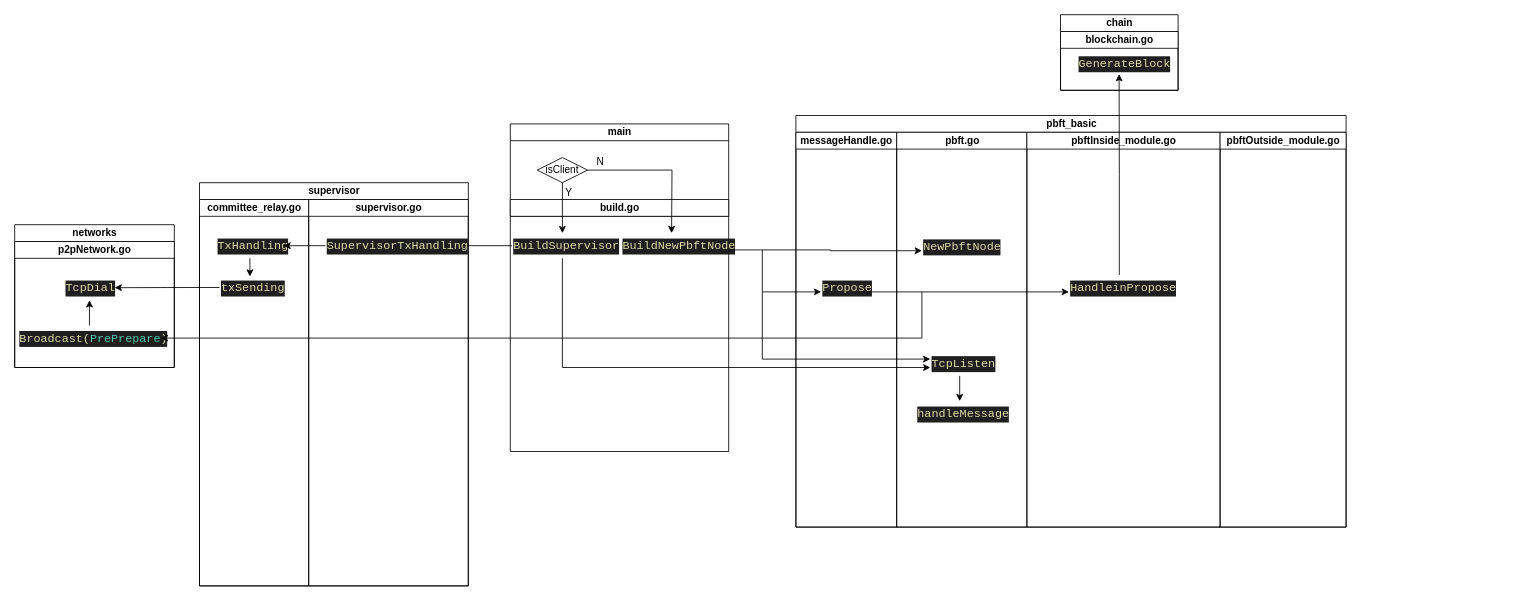
The draw.io diagram page "第 2 页" (2 of 2) of consensus_shard/pbft_basic/未命名绘图.drawio in liaoliao365/block-emulator, before the edit. Source tidied: cells renumbered, new cells numbered last; positions are measured from the earlier drawing's top-left corner, leaving out a move shared by most shapes. Both pictures are drawn from the tidied source at 84%, with x=0, y=0 at pixel (14, 14).
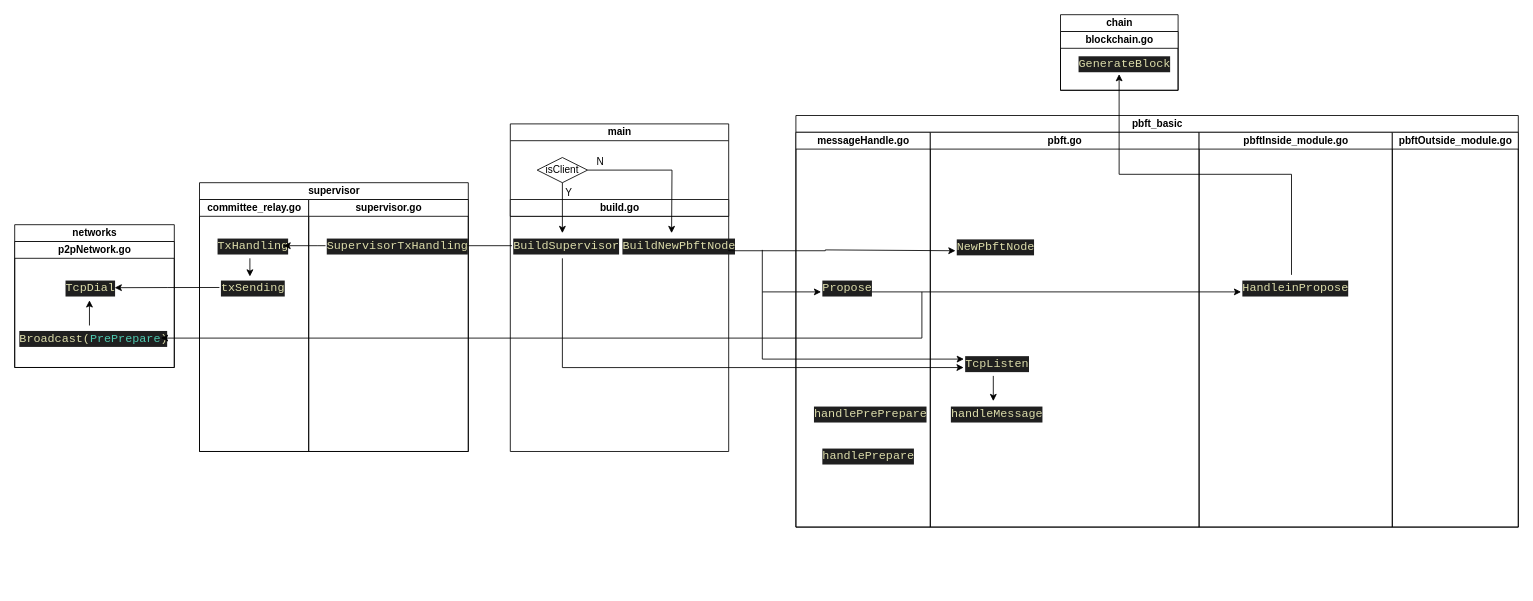
Above is the later version.

Commit message:
更新未命名绘图.drawio

Unchanged cells that the change refers to:
```xml
<mxCell id="7" value="&lt;div style=&quot;color: #cccccc;background-color: #1f1f1f;font-family: Consolas, 'Courier New', monospace;font-weight: normal;font-size: 14px;line-height: 19px;white-space: pre;&quot;&gt;&lt;div&gt;&lt;span style=&quot;color: #dcdcaa;&quot;&gt;BuildSupervisor&lt;/span&gt;&lt;/div&gt;&lt;/div&gt;" style="text;whiteSpace=wrap;html=1;" parent="6" vertex="1">
  <mxGeometry x="2" y="40" width="120" height="30" as="geometry" />
</mxCell>
<mxCell id="16" value="&lt;div style=&quot;color: #cccccc;background-color: #1f1f1f;font-family: Consolas, 'Courier New', monospace;font-weight: normal;font-size: 14px;line-height: 19px;white-space: pre;&quot;&gt;&lt;div&gt;&lt;span style=&quot;color: #dcdcaa;&quot;&gt;NewPbftNode&lt;/span&gt;&lt;/div&gt;&lt;/div&gt;" style="text;whiteSpace=wrap;html=1;" parent="15" vertex="1">
  <mxGeometry x="30" y="121" width="120" height="40" as="geometry" />
</mxCell>
<mxCell id="18" value="&lt;div style=&quot;color: #cccccc;background-color: #1f1f1f;font-family: Consolas, 'Courier New', monospace;font-weight: normal;font-size: 14px;line-height: 19px;white-space: pre;&quot;&gt;&lt;div&gt;&lt;span style=&quot;color: #dcdcaa;&quot;&gt;TcpListen&lt;/span&gt;&lt;/div&gt;&lt;/div&gt;" style="text;whiteSpace=wrap;html=1;" parent="15" vertex="1">
  <mxGeometry x="40" y="260" width="70" height="30" as="geometry" />
</mxCell>
```

Change to the diagram source:
```diff
@@
     <mxCell id="11" style="edgeStyle=orthogonalEdgeStyle;rounded=0;jettySize=auto;html=1;exitX=1;exitY=0.5;exitDx=0;exitDy=0;entryX=0;entryY=0.5;entryDx=0;entryDy=0;" parent="1" edge="1" target="16">
       <mxGeometry relative="1" as="geometry">
         <mxPoint x="850" y="280" as="sourcePoint" />
         <Array as="points">
-          <mxPoint x="971" y="281" />
+          <mxPoint x="850" y="281" />
+          <mxPoint x="965" y="281" />
+          <mxPoint x="1080" y="280" />
         </Array>
       </mxGeometry>
     </mxCell>
     <mxCell id="12" value="pbft_basic" style="swimlane;startSize=20;html=1;" parent="1" vertex="1">
-      <mxGeometry x="930" y="120" width="655" height="490" as="geometry" />
+      <mxGeometry x="930" y="120" width="860" height="490" as="geometry" />
     </mxCell>
     <mxCell id="13" value="messageHandle.go" style="swimlane;startSize=20;html=1;" parent="12" vertex="1">
-      <mxGeometry y="20" width="120" height="470" as="geometry" />
+      <mxGeometry y="20" width="160" height="470" as="geometry" />
     </mxCell>
@@
+    <mxCell id="48" value="&lt;div style=&quot;color: #cccccc;background-color: #1f1f1f;font-family: Consolas, 'Courier New', monospace;font-weight: normal;font-size: 14px;line-height: 19px;white-space: pre;&quot;&gt;&lt;div&gt;&lt;span style=&quot;color: #dcdcaa;&quot;&gt;handlePrePrepare&lt;/span&gt;&lt;/div&gt;&lt;/div&gt;" style="text;whiteSpace=wrap;html=1;" parent="13" vertex="1">
+      <mxGeometry x="20" y="320" width="160" height="40" as="geometry" />
+    </mxCell>
+    <mxCell id="49" value="&lt;div style=&quot;color: #cccccc;background-color: #1f1f1f;font-family: Consolas, 'Courier New', monospace;font-weight: normal;font-size: 14px;line-height: 19px;white-space: pre;&quot;&gt;&lt;div&gt;&lt;span style=&quot;color: #dcdcaa;&quot;&gt;handlePrepare&lt;/span&gt;&lt;/div&gt;&lt;/div&gt;" style="text;whiteSpace=wrap;html=1;" parent="13" vertex="1">
+      <mxGeometry x="30" y="370" width="130" height="40" as="geometry" />
+    </mxCell>
     <mxCell id="15" value="pbft.go" style="swimlane;startSize=20;html=1;" parent="12" vertex="1">
-      <mxGeometry x="120" y="20" width="155" height="470" as="geometry" />
+      <mxGeometry x="160" y="20" width="320" height="470" as="geometry" />
     </mxCell>
@@
     <mxCell id="21" value="pbftInside_module.go" style="swimlane;startSize=20;html=1;" parent="12" vertex="1">
-      <mxGeometry x="275" y="20" width="230" height="470" as="geometry" />
+      <mxGeometry x="480" y="20" width="230" height="470" as="geometry" />
     </mxCell>
@@
     <mxCell id="23" value="pbftOutside_module.go" style="swimlane;startSize=20;html=1;" parent="12" vertex="1">
-      <mxGeometry x="505" y="20" width="150" height="470" as="geometry" />
+      <mxGeometry x="710" y="20" width="150" height="470" as="geometry" />
     </mxCell>
@@
     <mxCell id="30" style="edgeStyle=orthogonalEdgeStyle;rounded=0;orthogonalLoop=1;jettySize=auto;html=1;" parent="1" edge="1">
       <mxGeometry relative="1" as="geometry">
         <mxPoint x="890" y="330" as="sourcePoint" />
-        <mxPoint x="1090" y="410" as="targetPoint" />
+        <mxPoint x="1130" y="410" as="targetPoint" />
         <Array as="points">
           <mxPoint x="890" y="410" />
-          <mxPoint x="1090" y="410" />
+          <mxPoint x="1130" y="410" />
         </Array>
       </mxGeometry>
     </mxCell>
-    <mxCell id="31" style="edgeStyle=orthogonalEdgeStyle;rounded=0;jettySize=auto;html=1;exitX=0.5;exitY=1;exitDx=0;exitDy=0;" parent="1" edge="1" source="7">
+    <mxCell id="31" style="edgeStyle=orthogonalEdgeStyle;rounded=0;jettySize=auto;html=1;exitX=0.5;exitY=1;exitDx=0;exitDy=0;entryX=-0.004;entryY=0.669;entryDx=0;entryDy=0;entryPerimeter=0;" parent="1" edge="1" source="7" target="18">
       <mxGeometry relative="1" as="geometry">
-        <mxPoint x="1090" y="420" as="targetPoint" />
         <Array as="points">
           <mxPoint x="652" y="420" />
-          <mxPoint x="1090" y="420" />
         </Array>
       </mxGeometry>
     </mxCell>
@@
     <mxCell id="33" value="supervisor" style="swimlane;startSize=20;html=1;" parent="1" vertex="1">
-      <mxGeometry x="220" y="200" width="320" height="480" as="geometry" />
+      <mxGeometry x="220" y="200" width="320" height="320" as="geometry" />
     </mxCell>
     <mxCell id="34" value="committee_relay.go" style="swimlane;startSize=20;html=1;" parent="33" vertex="1">
-      <mxGeometry y="20" width="130" height="460" as="geometry" />
+      <mxGeometry y="20" width="130" height="300" as="geometry" />
     </mxCell>
@@
     <mxCell id="38" value="supervisor.go" style="swimlane;startSize=20;html=1;" parent="33" vertex="1">
-      <mxGeometry x="130" y="20" width="190" height="460" as="geometry" />
+      <mxGeometry x="130" y="20" width="190" height="300" as="geometry" />
     </mxCell>
```
